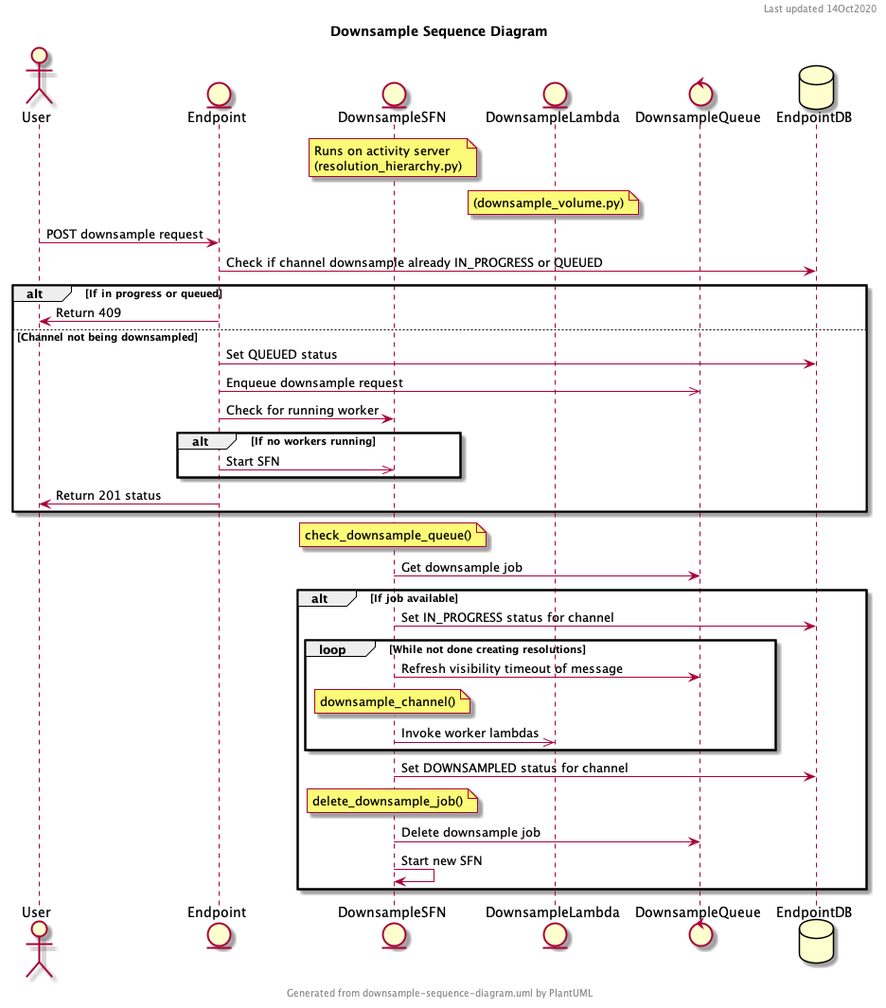
The PlantUML diagram docs/downsample/downsample-sequence-diagram.png in jhuapl-boss/boss-manage, before a commit.
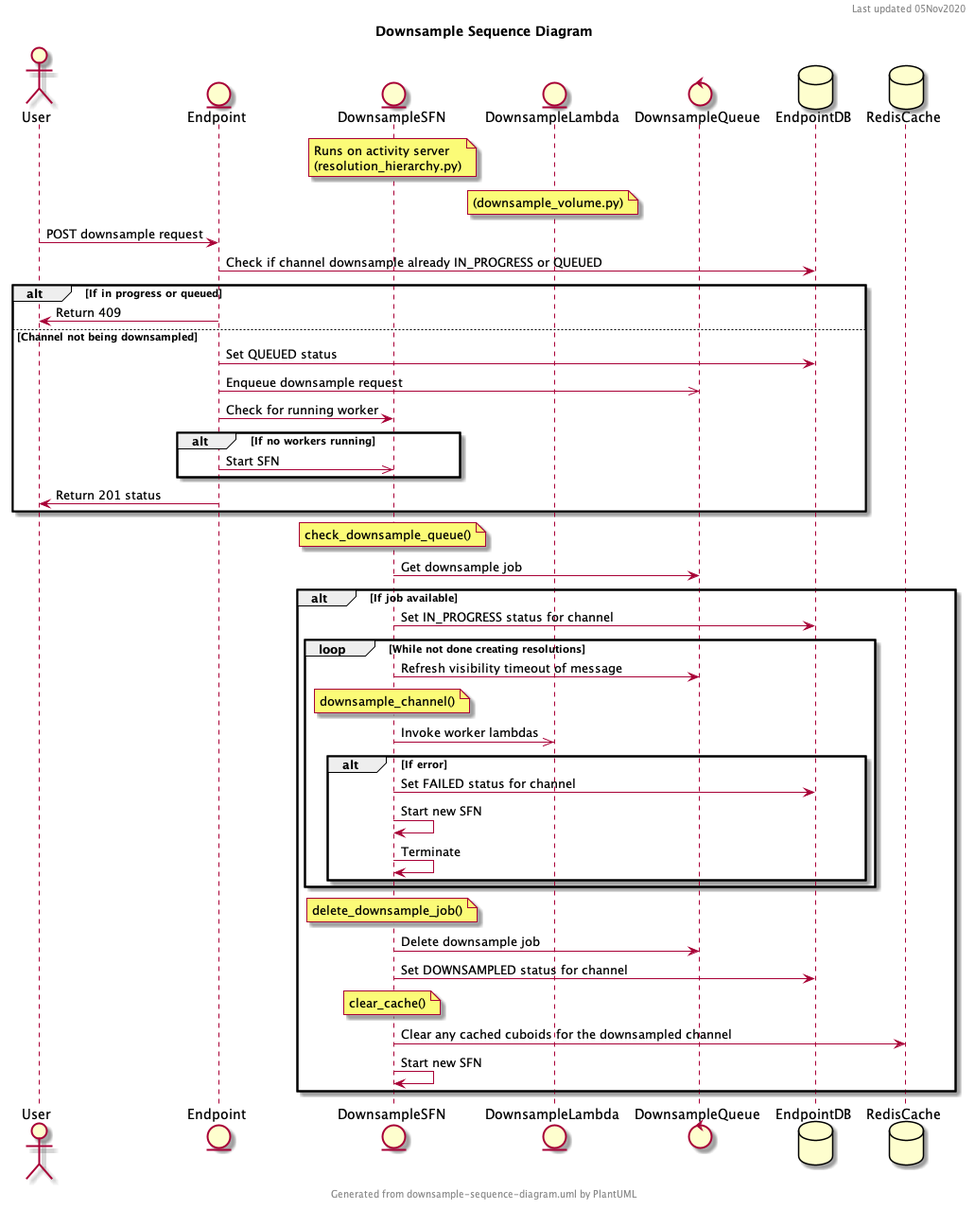
The same diagram one commit later.

Commit message:
Move cache clearing to downsample step function.

Give the downsample step function responsibility for clearing the
channel's cuboid cache when the downsample completes.  Previously, this
was done when GET'ing the status of the downsample.

Update diagram with cache clearing operation.

What changed in the source:
```diff
@@ -1,6 +1,6 @@
 @startuml
 
-header Last updated 14Oct2020
+header Last updated 05Nov2020
 footer Generated from downsample-sequence-diagram.uml by PlantUML
 title Downsample Sequence Diagram
 
@@ -12,6 +12,7 @@
 note over DL: (downsample_volume.py)
 control DownsampleQueue as DQ
 database EndpointDB as DB
+database RedisCache as RC
 
 U->E: POST downsample request
 E->DB: Check if channel downsample already IN_PROGRESS or QUEUED
@@ -35,10 +36,17 @@
         DS->DQ: Refresh visibility timeout of message
         note over DS: downsample_channel()
         DS->>DL: Invoke worker lambdas
+        alt If error
+            DS->DB: Set FAILED status for channel
+            DS->DS: Start new SFN
+            DS->DS: Terminate
+        end
     end
-    DS->DB: Set DOWNSAMPLED status for channel
     note over DS: delete_downsample_job()
     DS->DQ: Delete downsample job
+    DS->DB: Set DOWNSAMPLED status for channel
+    note over DS: clear_cache()
+    DS->RC: Clear any cached cuboids for the downsampled channel
     DS->DS: Start new SFN
 end
 
```
